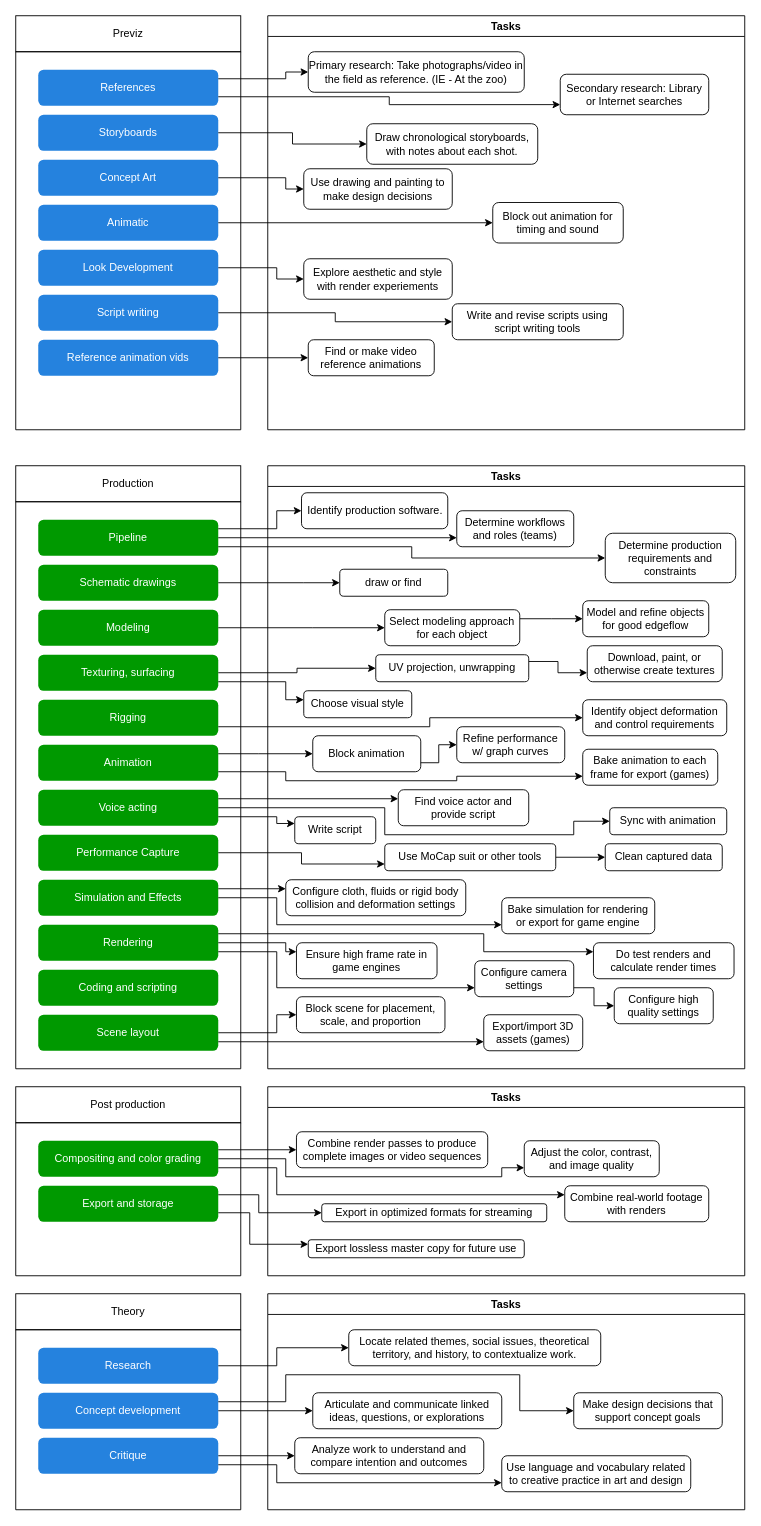
michael-collins/3d-tasks keeps this draw.io diagram as 3d-tasks.drawio. Above is the earlier version. Source tidied: cells renumbered, new cells numbered last; positions are measured from the earlier drawing's top-left corner, leaving out a move shared by most shapes. Both pictures are drawn from the tidied source at 90%, with x=0, y=0 at pixel (15, 15).
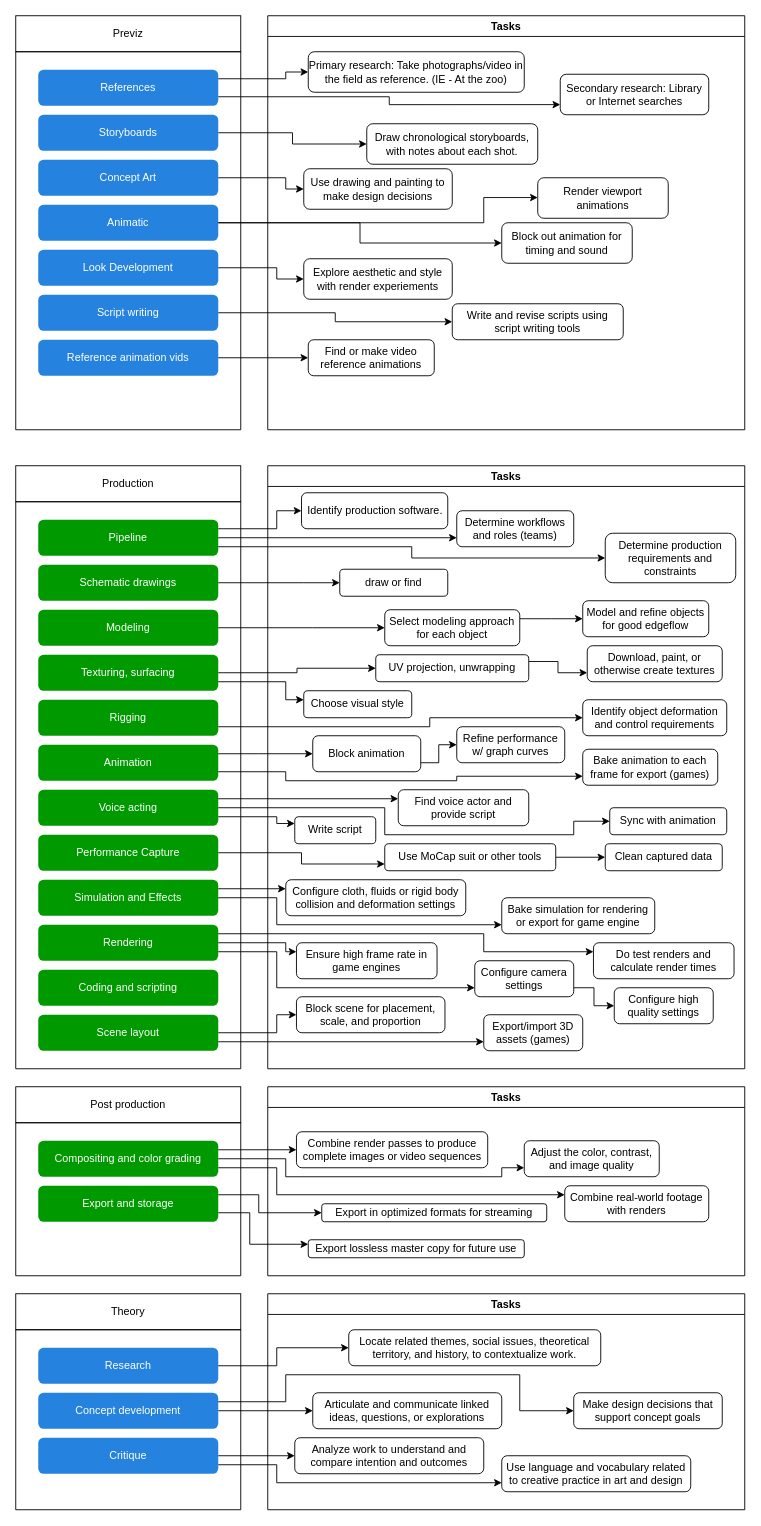
The same page after the edit.

Unchanged cells that the change refers to:
```xml
<mxCell id="9" value="Animatic" style="rounded=1;whiteSpace=wrap;html=1;fillColor=#2582DE;strokeColor=none;fontColor=#FFFFFF;" parent="5" vertex="1">
  <mxGeometry x="25" y="170" width="200" height="40" as="geometry" />
</mxCell>
<mxCell id="82" value="Tasks" style="swimlane;whiteSpace=wrap;html=1;" parent="1" vertex="1">
  <mxGeometry x="280" width="530" height="460" as="geometry" />
</mxCell>
```

Diff of the diagram source:
```diff
@@
     <mxCell id="87" value="Block out animation for timing and sound" style="rounded=1;whiteSpace=wrap;html=1;" parent="82" vertex="1">
-      <mxGeometry x="250" y="207.5" width="145" height="45" as="geometry" />
+      <mxGeometry x="260" y="230" width="145" height="45" as="geometry" />
     </mxCell>
@@
+    <mxCell id="126" value="Render viewport animations" style="rounded=1;whiteSpace=wrap;html=1;" parent="82" vertex="1">
+      <mxGeometry x="300" y="180" width="145" height="45" as="geometry" />
+    </mxCell>
@@
+    <mxCell id="127" style="edgeStyle=orthogonalEdgeStyle;rounded=0;jettySize=auto;html=1;exitX=1;exitY=0.5;exitDx=0;exitDy=0;" parent="1" edge="1" source="9" target="126">
+      <mxGeometry relative="1" as="geometry">
+        <Array as="points">
+          <mxPoint x="520" y="230" />
+          <mxPoint x="520" y="202" />
+        </Array>
+      </mxGeometry>
+    </mxCell>
```
